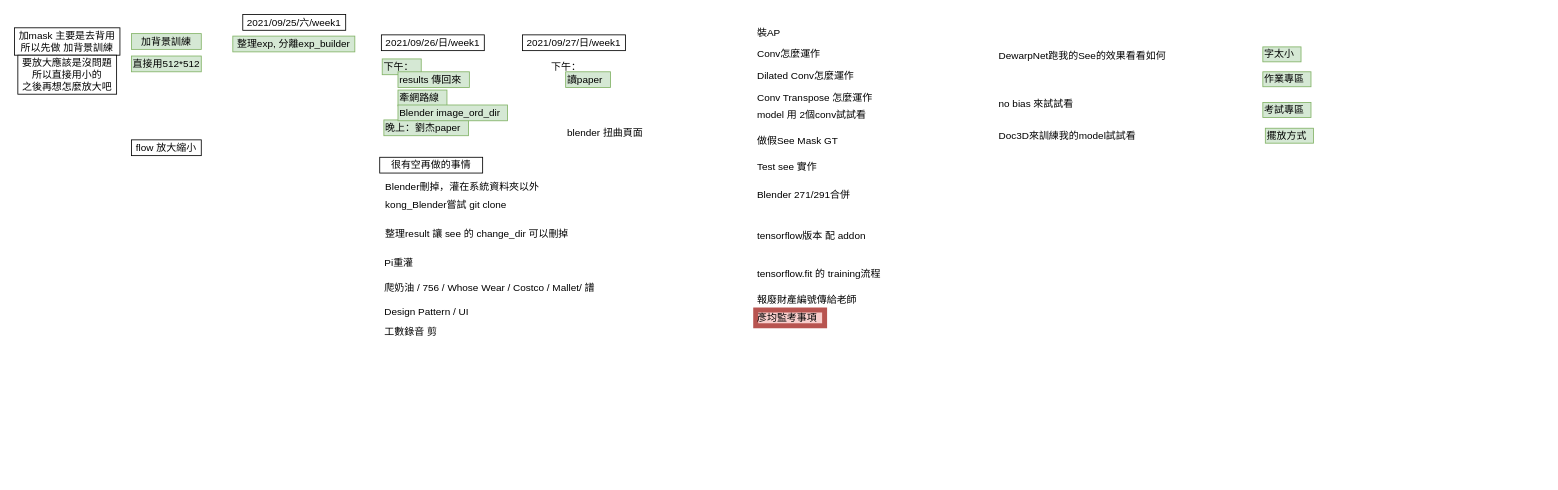
Above: 要做的事情.drawio in KongBOy/kong_model2 (draw.io), before the change. Source tidied: cells renumbered, new cells numbered last; positions are measured from the earlier drawing's top-left corner, leaving out a move shared by most shapes. Both pictures are drawn from the tidied source at 83%, with x=0, y=0 at pixel (14, 14).
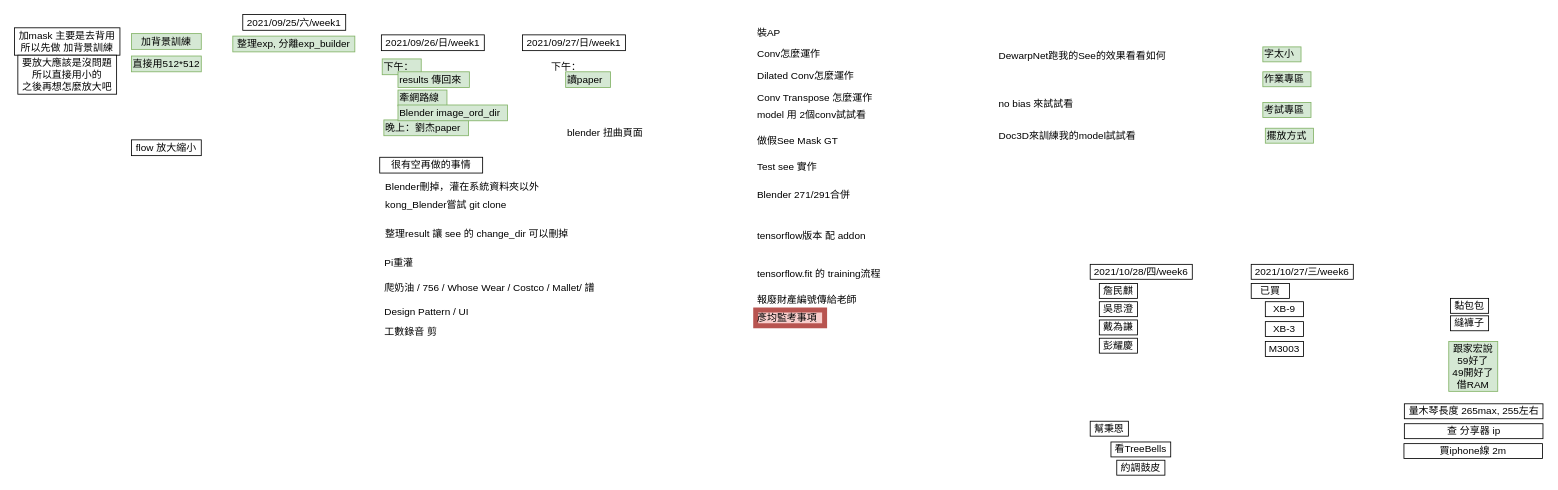
Above is the later version.

Change to the diagram source:
```diff
@@
+    <mxCell id="46" value="吳思澄" style="rounded=0;whiteSpace=wrap;html=1;" parent="1" vertex="1">
+      <mxGeometry x="1307" y="346" width="46" height="18" as="geometry" />
+    </mxCell>
+    <mxCell id="47" value="詹民麒" style="rounded=0;whiteSpace=wrap;html=1;" parent="1" vertex="1">
+      <mxGeometry x="1307" y="324" width="46" height="18" as="geometry" />
+    </mxCell>
+    <mxCell id="48" value="戴為謙" style="rounded=0;whiteSpace=wrap;html=1;" parent="1" vertex="1">
+      <mxGeometry x="1307" y="368" width="46" height="18" as="geometry" />
+    </mxCell>
+    <mxCell id="49" value="彭耀慶" style="rounded=0;whiteSpace=wrap;html=1;" parent="1" vertex="1">
+      <mxGeometry x="1307" y="390" width="46" height="18" as="geometry" />
+    </mxCell>
+    <mxCell id="50" value="2021/10/28/四/week6" style="rounded=0;whiteSpace=wrap;html=1;" parent="1" vertex="1">
+      <mxGeometry x="1296" y="301" width="123" height="18" as="geometry" />
+    </mxCell>
+    <mxCell id="51" value="2021/10/27/三/week6" style="rounded=0;whiteSpace=wrap;html=1;" parent="1" vertex="1">
+      <mxGeometry x="1490" y="301" width="123" height="18" as="geometry" />
+    </mxCell>
+    <mxCell id="52" value="XB-9" style="rounded=0;whiteSpace=wrap;html=1;" parent="1" vertex="1">
+      <mxGeometry x="1507" y="346" width="46" height="18" as="geometry" />
+    </mxCell>
+    <mxCell id="53" value="XB-3" style="rounded=0;whiteSpace=wrap;html=1;" parent="1" vertex="1">
+      <mxGeometry x="1507" y="370" width="46" height="18" as="geometry" />
+    </mxCell>
+    <mxCell id="54" value="M3003" style="rounded=0;whiteSpace=wrap;html=1;" parent="1" vertex="1">
+      <mxGeometry x="1507" y="394" width="46" height="18" as="geometry" />
+    </mxCell>
+    <mxCell id="55" value="已買" style="rounded=0;whiteSpace=wrap;html=1;" parent="1" vertex="1">
+      <mxGeometry x="1490" y="324" width="46" height="18" as="geometry" />
+    </mxCell>
+    <mxCell id="56" value="看TreeBells" style="rounded=0;whiteSpace=wrap;html=1;" parent="1" vertex="1">
+      <mxGeometry x="1321" y="515" width="72" height="18" as="geometry" />
+    </mxCell>
+    <mxCell id="57" value="約調鼓皮" style="rounded=0;whiteSpace=wrap;html=1;" parent="1" vertex="1">
+      <mxGeometry x="1328" y="537" width="58" height="18" as="geometry" />
+    </mxCell>
+    <mxCell id="58" value="幫秉恩" style="rounded=0;whiteSpace=wrap;html=1;" parent="1" vertex="1">
+      <mxGeometry x="1296" y="490" width="46" height="18" as="geometry" />
+    </mxCell>
+    <mxCell id="59" value="黏包包" style="rounded=0;whiteSpace=wrap;html=1;" parent="1" vertex="1">
+      <mxGeometry x="1730" y="342" width="46" height="18" as="geometry" />
+    </mxCell>
+    <mxCell id="60" value="縫褲子" style="rounded=0;whiteSpace=wrap;html=1;" parent="1" vertex="1">
+      <mxGeometry x="1730" y="363" width="46" height="18" as="geometry" />
+    </mxCell>
+    <mxCell id="61" value="跟家宏說&lt;br&gt;59好了&lt;br&gt;49開好了&lt;br&gt;借RAM" style="rounded=0;whiteSpace=wrap;html=1;fillColor=#d5e8d4;strokeColor=#82b366;" parent="1" vertex="1">
+      <mxGeometry x="1728" y="394" width="59" height="60" as="geometry" />
+    </mxCell>
+    <mxCell id="62" value="量木琴長度 265max, 255左右" style="rounded=0;whiteSpace=wrap;html=1;" parent="1" vertex="1">
+      <mxGeometry x="1674.5" y="469" width="167" height="18" as="geometry" />
+    </mxCell>
+    <mxCell id="63" value="查 分享器 ip" style="rounded=0;whiteSpace=wrap;html=1;" parent="1" vertex="1">
+      <mxGeometry x="1674.5" y="493" width="167" height="18" as="geometry" />
+    </mxCell>
+    <mxCell id="64" value="買iphone線 2m" style="rounded=0;whiteSpace=wrap;html=1;" parent="1" vertex="1">
+      <mxGeometry x="1674" y="517" width="167" height="18" as="geometry" />
+    </mxCell>
```
